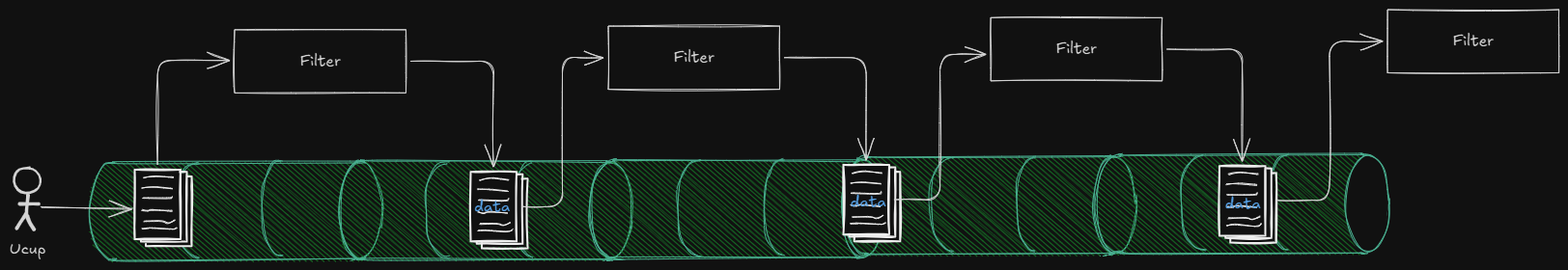
Earlier version of the Excalidraw export Arch/PIPELINE-ARCH.excalidraw.png (RIOKOWI/software-architecture). Source tidied: one line per element, renumbered; positions are measured from the earlier drawing's top-left corner, leaving out a move shared by most shapes.
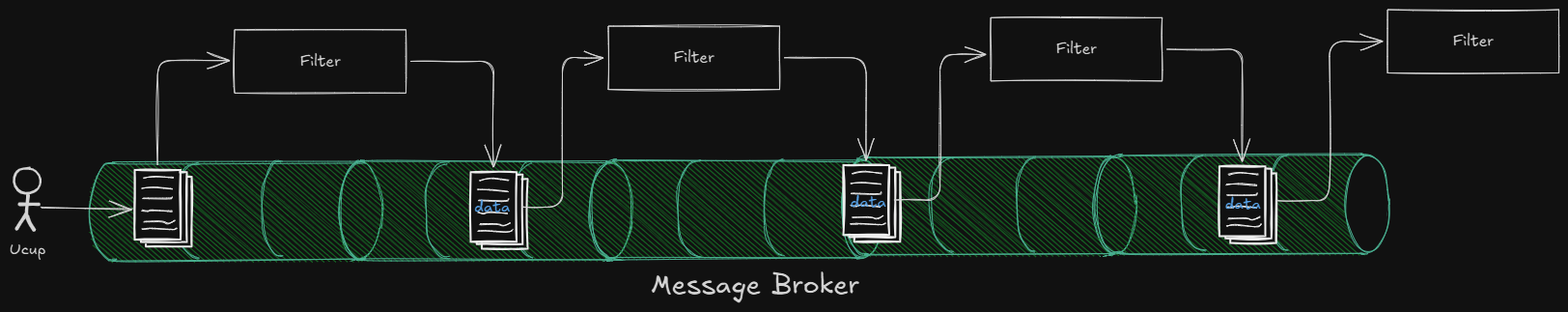
After the commit.

Commit message:
docs(pipeline architecture): example image of cloud function

What changed in the source:
```diff
@@ -83,3 +83,4 @@
 {"id": 82, "type": "text", "text": "data", "strokeColor": "#1971c2", "strokeWidth": 1, "roughness": 1, "fontSize": 16, "fontFamily": 5, "x": 481, "y": 195, "width": 37, "height": 20}
 {"id": 83, "type": "text", "text": "data", "strokeColor": "#1971c2", "strokeWidth": 1, "roughness": 1, "fontSize": 16, "fontFamily": 5, "x": 871, "y": 190, "width": 37, "height": 20}
 {"id": 84, "type": "text", "text": "data", "strokeColor": "#1971c2", "strokeWidth": 1, "roughness": 1, "fontSize": 16, "fontFamily": 5, "x": 1259, "y": 192, "width": 37, "height": 20}
+{"id": 85, "type": "text", "text": "Message Broker", "strokeColor": "#1e1e1e", "strokeWidth": 2, "roughness": 1, "fontSize": 28, "fontFamily": 5, "x": 664, "y": 268, "width": 216, "height": 35}
```
